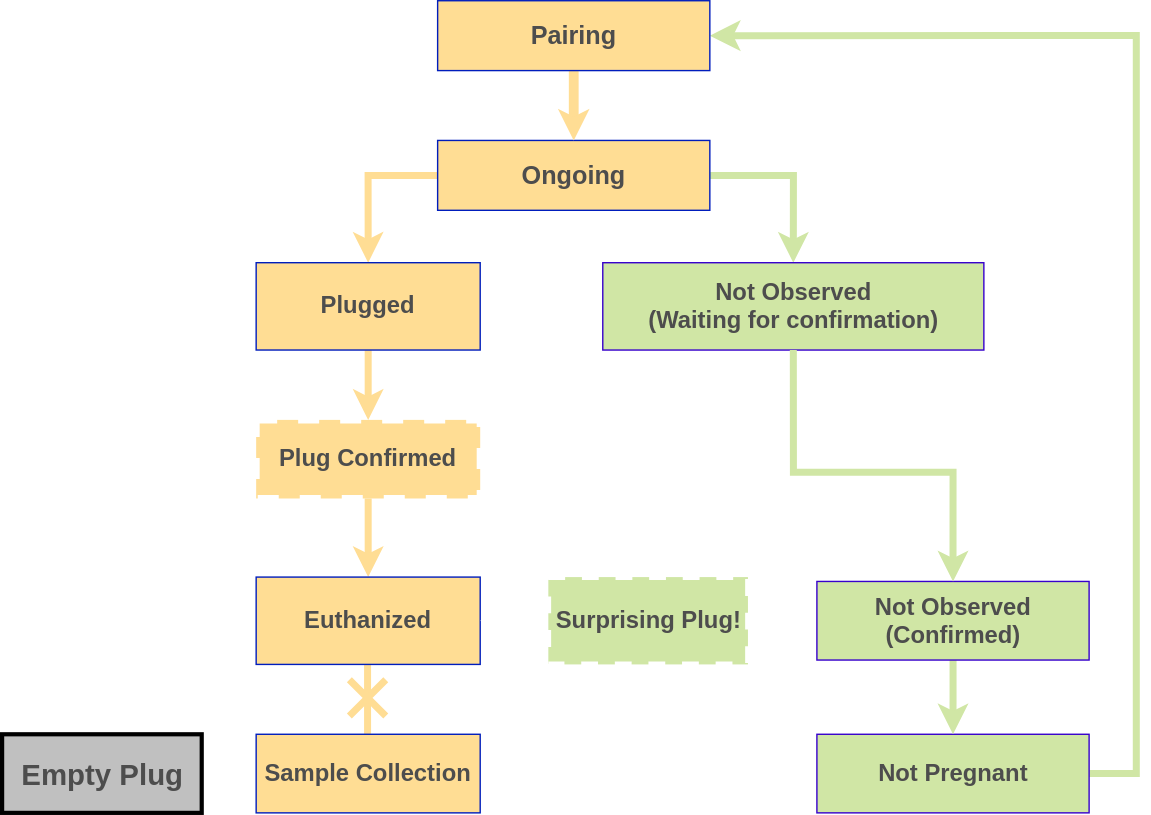
The draw.io diagram www/Plugging_status_Diagram.svg in sqianglan/MouseTracking, before a commit. Source tidied: cells renumbered, new cells last; positions are measured from the earlier drawing's top-left corner, leaving out a move shared by most shapes.
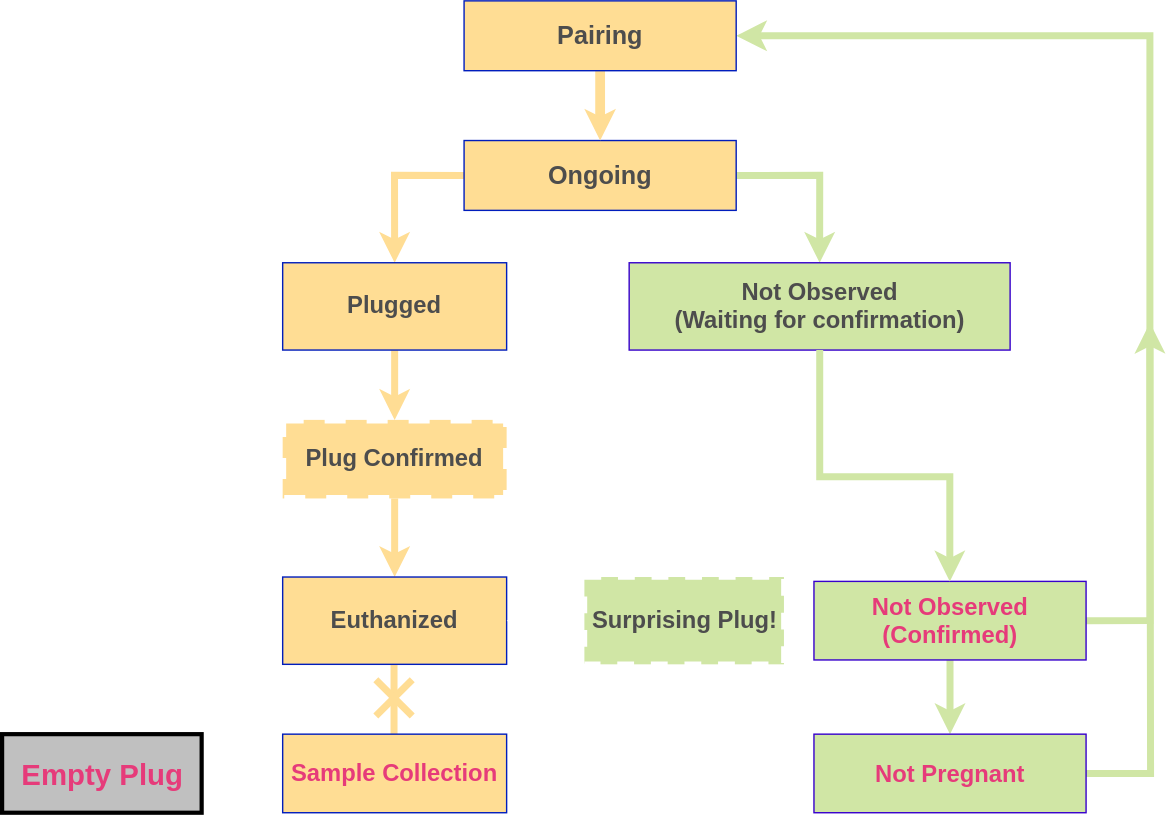
Above is the later version.

Commit message:
bug fixing. add new plugging status for Empty (Euthanized or Alive)

The edit, as a diff of the source:
```diff
@@ -14,14 +14,19 @@
     <mxCell id="5" style="edgeStyle=orthogonalEdgeStyle;rounded=0;jettySize=auto;html=1;entryX=0.5;entryY=0;entryDx=0;entryDy=0;strokeWidth=5;fillColor=#1ba1e2;strokeColor=light-dark(#FFDD94,#FFDD94);fontSize=17;" parent="1" edge="1" source="6" target="10">
       <mxGeometry relative="1" as="geometry" />
     </mxCell>
+    <mxCell id="26" style="edgeStyle=orthogonalEdgeStyle;rounded=0;jettySize=auto;html=1;dashed=1;strokeColor=light-dark(#FFFFFF,#FFFFFF);strokeWidth=5;align=center;verticalAlign=middle;fontFamily=Helvetica;fontSize=17;fontColor=default;labelBackgroundColor=default;jumpStyle=arc;jumpSize=0;startSize=7;endArrow=classic;sourcePerimeterSpacing=-4;targetPerimeterSpacing=0;fillColor=#d80073;" parent="1" edge="1" source="6">
+      <mxGeometry relative="1" as="geometry">
+        <mxPoint x="52" y="400" as="targetPoint" />
+      </mxGeometry>
+    </mxCell>
     <mxCell id="6" value="Plugged" style="rounded=0;whiteSpace=wrap;html=1;flipH=0;flipV=1;fontSize=17;fillColor=light-dark(#FFDD94,#FFDD94);fontColor=light-dark(#4D4D4D,#4D4D4D);strokeColor=#001DBC;fontStyle=1;fontFamily=Helvetica;" parent="1" vertex="1">
       <mxGeometry x="181.4" y="187.1" width="160" height="62.4" as="geometry" />
     </mxCell>
-    <mxCell id="7" style="edgeStyle=orthogonalEdgeStyle;rounded=0;jettySize=auto;html=1;fillColor=#d80073;strokeColor=light-dark(#FFFFFF,#FFFFFF);strokeWidth=5;dashed=1;startSize=7;sourcePerimeterSpacing=8;targetPerimeterSpacing=0;jumpSize=0;jumpStyle=line;entryX=0.5;entryY=0;entryDx=0;entryDy=0;fontSize=17;" parent="1" edge="1" source="8" target="22">
+    <mxCell id="7" style="edgeStyle=orthogonalEdgeStyle;rounded=0;jettySize=auto;html=1;fillColor=#d80073;strokeColor=light-dark(#FFFFFF,#FFFFFF);strokeWidth=5;dashed=1;startSize=7;sourcePerimeterSpacing=8;targetPerimeterSpacing=0;jumpSize=0;jumpStyle=line;fontSize=17;entryDx=0;entryDy=0;exitX=0.5;exitY=1;exitDx=0;exitDy=0;entryX=0.5;entryY=0;" parent="1" edge="1" source="8" target="22">
       <mxGeometry relative="1" as="geometry">
         <Array as="points">
-          <mxPoint x="565.1" y="336.8" />
-          <mxPoint x="461.4" y="336.8" />
+          <mxPoint x="565" y="340" />
+          <mxPoint x="468" y="340" />
         </Array>
       </mxGeometry>
     </mxCell>
@@ -31,30 +36,27 @@
     <mxCell id="9" style="edgeStyle=orthogonalEdgeStyle;rounded=0;jettySize=auto;html=1;entryX=0.5;entryY=0;entryDx=0;entryDy=0;strokeWidth=5;fillColor=#1ba1e2;strokeColor=light-dark(#FFDD94,#FFDD94);fontSize=17;" parent="1" edge="1" source="10" target="18">
       <mxGeometry relative="1" as="geometry" />
     </mxCell>
+    <mxCell id="27" style="edgeStyle=orthogonalEdgeStyle;rounded=0;jettySize=auto;html=1;dashed=1;strokeColor=light-dark(#FFFFFF,#FFFFFF);strokeWidth=5;align=center;verticalAlign=middle;fontFamily=Helvetica;fontSize=17;fontColor=default;labelBackgroundColor=default;jumpStyle=arc;jumpSize=0;startSize=7;endArrow=classic;sourcePerimeterSpacing=1;targetPerimeterSpacing=0;fillColor=#d80073;entryX=0.5;entryY=0;entryDx=0;entryDy=0;" parent="1" edge="1" source="10" target="20">
+      <mxGeometry relative="1" as="geometry" />
+    </mxCell>
     <mxCell id="10" value="Plug Confirmed" style="rounded=0;whiteSpace=wrap;html=1;dashed=1;fontSize=17;fillColor=light-dark(#FFDD94,#FFDD94);fontColor=light-dark(#4D4D4D,#4D4D4D);strokeColor=light-dark(#FFFFFF,#FFFFFF);strokeWidth=5;flipV=0;fontStyle=1;fontFamily=Helvetica;" parent="1" vertex="1">
       <mxGeometry x="181.4" y="299.4" width="160" height="56.1" as="geometry" />
     </mxCell>
-    <mxCell id="11" style="edgeStyle=orthogonalEdgeStyle;rounded=0;jettySize=auto;html=1;entryX=1;entryY=0.5;entryDx=0;entryDy=0;strokeColor=light-dark(#D0E6A5,#D0E6A5);strokeWidth=5;align=center;verticalAlign=middle;fontFamily=Helvetica;fontSize=17;fontColor=default;labelBackgroundColor=default;jumpStyle=arc;jumpSize=0;startSize=7;endArrow=classic;sourcePerimeterSpacing=8;targetPerimeterSpacing=0;fillColor=#6a00ff;exitX=1;exitY=0.5;exitDx=0;exitDy=0;" parent="1" edge="1" source="12" target="24">
+    <mxCell id="11" style="edgeStyle=orthogonalEdgeStyle;rounded=0;jettySize=auto;html=1;entryX=1;entryY=0.5;entryDx=0;entryDy=0;strokeColor=light-dark(#D0E6A5,#D0E6A5);strokeWidth=5;align=center;verticalAlign=middle;fontFamily=Helvetica;fontSize=17;fontColor=default;labelBackgroundColor=default;jumpStyle=arc;jumpSize=0;startSize=7;endArrow=classic;sourcePerimeterSpacing=8;targetPerimeterSpacing=0;fillColor=#6a00ff;exitX=1;exitY=0.5;exitDx=0;exitDy=0;" parent="1" edge="1" source="15" target="24">
       <mxGeometry relative="1" as="geometry">
         <Array as="points">
-          <mxPoint x="810" y="552.6" />
-          <mxPoint x="810" y="24.9" />
+          <mxPoint x="801" y="443" />
+          <mxPoint x="801" y="25" />
         </Array>
       </mxGeometry>
     </mxCell>
-    <mxCell id="12" value="&lt;span style=&quot;&quot;&gt;Not Pregnant&lt;/span&gt;" style="rounded=0;whiteSpace=wrap;html=1;fontSize=17;fillColor=light-dark(#D0E6A5,#D0E6A5);fontColor=light-dark(#4D4D4D,#4D4D4D);strokeColor=#3700CC;fillStyle=solid;flipV=0;fontStyle=1;fontFamily=Helvetica;" parent="1" vertex="1">
-      <mxGeometry x="581.9" y="523.9" width="194.4" height="56.1" as="geometry" />
-    </mxCell>
-    <mxCell id="13" style="edgeStyle=orthogonalEdgeStyle;rounded=0;jettySize=auto;html=1;entryX=1;entryY=0.5;entryDx=0;entryDy=0;fontSize=17;strokeWidth=5;dashed=1;strokeColor=light-dark(#FFFFFF,#FFFFFF);align=center;verticalAlign=middle;fontFamily=Helvetica;fontColor=default;labelBackgroundColor=default;jumpStyle=arc;jumpSize=0;startSize=7;endArrow=classic;sourcePerimeterSpacing=8;targetPerimeterSpacing=0;fillColor=#d80073;" parent="1" edge="1" source="15" target="22">
-      <mxGeometry relative="1" as="geometry" />
-    </mxCell>
-    <mxCell id="14" style="edgeStyle=orthogonalEdgeStyle;rounded=0;jettySize=auto;html=1;entryX=0.5;entryY=0;entryDx=0;entryDy=0;strokeWidth=5;fillColor=#d80073;strokeColor=light-dark(#D0E6A5,#D0E6A5);fontSize=17;" parent="1" edge="1" source="15" target="12">
+    <mxCell id="14" style="edgeStyle=orthogonalEdgeStyle;rounded=0;jettySize=auto;html=1;entryX=0.5;entryY=0;entryDx=0;entryDy=0;strokeColor=light-dark(#D0E6A5,#D0E6A5);strokeWidth=5;align=center;verticalAlign=middle;fontFamily=Helvetica;fontSize=17;fontColor=default;labelBackgroundColor=default;endArrow=classic;fillColor=#d80073;" parent="1" edge="1" source="15" target="12">
       <mxGeometry relative="1" as="geometry" />
     </mxCell>
-    <mxCell id="15" value="&lt;p class=&quot;p1&quot; style=&quot;margin: 0px; font-width: normal; line-height: normal; font-size-adjust: none; font-kerning: auto; font-variant-alternates: normal; font-variant-ligatures: normal; font-variant-numeric: normal; font-variant-east-asian: normal; font-variant-position: normal; font-feature-settings: normal; font-optical-sizing: auto; font-variation-settings: normal;&quot;&gt;&lt;span style=&quot;&quot;&gt;Not Observed&lt;/span&gt;&lt;/p&gt;&lt;p class=&quot;p1&quot; style=&quot;margin: 0px; font-width: normal; line-height: normal; font-size-adjust: none; font-kerning: auto; font-variant-alternates: normal; font-variant-ligatures: normal; font-variant-numeric: normal; font-variant-east-asian: normal; font-variant-position: normal; font-feature-settings: normal; font-optical-sizing: auto; font-variation-settings: normal;&quot;&gt;&lt;span style=&quot;&quot;&gt;(Confirmed)&lt;/span&gt;&lt;/p&gt;" style="rounded=0;whiteSpace=wrap;html=1;align=center;fontSize=17;fillColor=light-dark(#D0E6A5,#D0E6A5);fontColor=light-dark(#4D4D4D,#4D4D4D);strokeColor=#3700CC;fillStyle=solid;flipV=0;fontStyle=1;fontFamily=Helvetica;" parent="1" vertex="1">
-      <mxGeometry x="581.9" y="414.7" width="194.4" height="56.1" as="geometry" />
+    <mxCell id="15" value="&lt;p style=&quot;margin: 0px; font-width: normal; line-height: normal; font-size-adjust: none; font-kerning: auto; font-variant-alternates: normal; font-variant-ligatures: normal; font-variant-numeric: normal; font-variant-east-asian: normal; font-variant-position: normal; font-feature-settings: normal; font-optical-sizing: auto; font-variation-settings: normal;&quot; class=&quot;p1&quot;&gt;&lt;span style=&quot;&quot;&gt;Not Observed&lt;/span&gt;&lt;/p&gt;&lt;p style=&quot;margin: 0px; font-width: normal; line-height: normal; font-size-adjust: none; font-kerning: auto; font-variant-alternates: normal; font-variant-ligatures: normal; font-variant-numeric: normal; font-variant-east-asian: normal; font-variant-position: normal; font-feature-settings: normal; font-optical-sizing: auto; font-variation-settings: normal;&quot; class=&quot;p1&quot;&gt;&lt;span style=&quot;&quot;&gt;(Confirmed)&lt;/span&gt;&lt;/p&gt;" style="rounded=0;whiteSpace=wrap;html=1;align=center;fontSize=17;fillColor=light-dark(#D0E6A5,#D0E6A5);fontColor=light-dark(#E63B7A,#E63B7A);strokeColor=#3700CC;fillStyle=solid;flipV=0;fontStyle=1;fontFamily=Helvetica;" parent="1" vertex="1">
+      <mxGeometry x="561" y="414.7" width="194.4" height="56.1" as="geometry" />
     </mxCell>
-    <mxCell id="16" style="edgeStyle=orthogonalEdgeStyle;rounded=0;jettySize=auto;html=1;entryX=0.5;entryY=0;entryDx=0;entryDy=0;strokeWidth=5;fontSize=17;dashed=1;endArrow=cross;endFill=0;jumpStyle=arc;strokeColor=light-dark(#FFFFFF,#FFFFFF);align=center;verticalAlign=middle;fontFamily=Helvetica;fontColor=default;labelBackgroundColor=default;jumpSize=0;startSize=7;sourcePerimeterSpacing=8;targetPerimeterSpacing=0;fillColor=#d80073;endSize=20;" parent="1" edge="1" source="18" target="20">
+    <mxCell id="16" style="edgeStyle=orthogonalEdgeStyle;rounded=0;jettySize=auto;html=1;entryX=1;entryY=0.5;entryDx=0;entryDy=0;strokeWidth=5;fontSize=17;dashed=1;endArrow=cross;endFill=0;jumpStyle=arc;strokeColor=light-dark(#FFFFFF,#FFFFFF);align=center;verticalAlign=middle;fontFamily=Helvetica;fontColor=default;labelBackgroundColor=default;jumpSize=3;startSize=7;sourcePerimeterSpacing=-30;targetPerimeterSpacing=0;fillColor=#d80073;endSize=20;startArrow=none;startFill=0;" parent="1" edge="1" source="18" target="20">
       <mxGeometry relative="1" as="geometry" />
     </mxCell>
     <mxCell id="17" style="edgeStyle=orthogonalEdgeStyle;rounded=0;jettySize=auto;html=1;entryX=0.5;entryY=0;entryDx=0;entryDy=0;strokeWidth=5;fillColor=#1ba1e2;strokeColor=light-dark(#FFDD94,#FFDD94);fontSize=17;endArrow=cross;endFill=0;jumpStyle=sharp;endSize=20;" parent="1" edge="1" target="19">
@@ -68,17 +70,17 @@
     <mxCell id="18" value="&lt;font&gt;Euthanized&lt;/font&gt;" style="rounded=0;whiteSpace=wrap;html=1;fontSize=17;fillColor=light-dark(#FFDD94,#FFDD94);fontColor=light-dark(#4D4D4D,#4D4D4D);strokeColor=#001DBC;fontStyle=1;fontFamily=Helvetica;" parent="1" vertex="1">
       <mxGeometry x="181.4" y="411.6" width="160" height="62.4" as="geometry" />
     </mxCell>
-    <mxCell id="19" value="&lt;font&gt;Sample Collection&lt;/font&gt;" style="rounded=0;whiteSpace=wrap;html=1;fontSize=17;fillColor=light-dark(#FFDD94,#FFDD94);fontColor=light-dark(#4D4D4D,#4D4D4D);strokeColor=#001DBC;fontStyle=1;fontFamily=Helvetica;" parent="1" vertex="1">
+    <mxCell id="19" value="&lt;font&gt;Sample Collection&lt;/font&gt;" style="rounded=0;whiteSpace=wrap;html=1;fontSize=17;fillColor=light-dark(#FFDD94,#FFDD94);fontColor=light-dark(#E63B7A,#E63B7A);strokeColor=#001DBC;fontStyle=1;fontFamily=Helvetica;" parent="1" vertex="1">
       <mxGeometry x="181.4" y="523.9" width="160" height="56.1" as="geometry" />
     </mxCell>
-    <mxCell id="20" value="&lt;font style=&quot;font-size: 21px;&quot;&gt;Empty Plug&lt;/font&gt;" style="rounded=0;whiteSpace=wrap;html=1;fontSize=17;fontStyle=1;fillColor=light-dark(#C0C0C0,transparent);strokeWidth=3;strokeColor=light-dark(#000000,#000000);fontColor=light-dark(#4D4D4D,#4D4D4D);fillStyle=solid;fontFamily=Helvetica;" parent="1" vertex="1">
-      <mxGeometry y="523.9" width="142.6" height="56.1" as="geometry" />
+    <mxCell id="20" value="&lt;font style=&quot;font-size: 21px; color: light-dark(rgb(230, 59, 122), rgb(230, 59, 122));&quot;&gt;Empty Plug&lt;/font&gt;" style="rounded=0;whiteSpace=wrap;html=1;fontSize=17;fontStyle=1;fillColor=light-dark(#C0C0C0,transparent);strokeWidth=3;strokeColor=light-dark(#000000,#000000);fontColor=light-dark(#4D4D4D,#4D4D4D);fillStyle=solid;fontFamily=Helvetica;" parent="1" vertex="1">
+      <mxGeometry x="-19" y="523.9" width="142.6" height="56.1" as="geometry" />
     </mxCell>
     <mxCell id="21" style="edgeStyle=orthogonalEdgeStyle;rounded=0;jettySize=auto;html=1;entryX=1;entryY=0.5;entryDx=0;entryDy=0;fontSize=17;dashed=1;strokeColor=light-dark(#FFFFFF,#FFFFFF);strokeWidth=5;align=center;verticalAlign=middle;fontFamily=Helvetica;fontColor=default;labelBackgroundColor=default;jumpStyle=arc;jumpSize=0;startSize=7;endArrow=classic;sourcePerimeterSpacing=8;targetPerimeterSpacing=0;fillColor=#d80073;" parent="1" edge="1" source="22" target="18">
       <mxGeometry relative="1" as="geometry" />
     </mxCell>
     <mxCell id="22" value="Surprising Plug!" style="rounded=0;whiteSpace=wrap;html=1;fontSize=17;fillColor=light-dark(#D0E6A5,#D0E6A5);fontColor=light-dark(#4D4D4D,#4D4D4D);strokeColor=light-dark(#FFFFFF,#FFFFFF);strokeWidth=4;dashed=1;fontStyle=1;fontFamily=Helvetica;" parent="1" vertex="1">
-      <mxGeometry x="390.1" y="411.6" width="142.6" height="62.4" as="geometry" />
+      <mxGeometry x="397" y="411.6" width="142.6" height="62.4" as="geometry" />
     </mxCell>
     <mxCell id="23" style="edgeStyle=orthogonalEdgeStyle;rounded=0;jettySize=auto;html=1;entryX=0.5;entryY=0;entryDx=0;entryDy=0;strokeWidth=7;endSize=0;fontSize=17;strokeColor=light-dark(#FFDD94,#FFDD94);" parent="1" edge="1" source="24" target="4">
       <mxGeometry relative="1" as="geometry" />
@@ -86,13 +88,21 @@
     <mxCell id="24" value="&lt;font&gt;&lt;span style=&quot;&quot;&gt;Pairing&lt;/span&gt;&lt;/font&gt;" style="rounded=0;whiteSpace=wrap;html=1;fillColor=light-dark(#FFDD94,#FFDD94);fontColor=light-dark(#4D4D4D,#4D4D4D);strokeColor=#001DBC;fontSize=18;flipV=0;fontStyle=1;fontFamily=Helvetica;" parent="1" vertex="1">
       <mxGeometry x="311" width="194.4" height="49.9" as="geometry" />
     </mxCell>
-    <mxCell id="25" style="edgeStyle=orthogonalEdgeStyle;rounded=0;jettySize=auto;html=1;strokeWidth=5;fillColor=#d80073;strokeColor=light-dark(#D0E6A5,#D0E6A5);fontSize=17;exitX=0.5;exitY=1;exitDx=0;exitDy=0;entryX=0.5;entryY=0;entryDx=0;entryDy=0;" parent="1" edge="1" source="8" target="15">
+    <mxCell id="25" style="edgeStyle=orthogonalEdgeStyle;rounded=0;jettySize=auto;html=1;strokeWidth=5;fillColor=#d80073;strokeColor=light-dark(#D0E6A5,#D0E6A5);fontSize=17;exitDx=0;exitDy=0;entryDx=0;entryDy=0;" parent="1" edge="1" source="8" target="15">
       <mxGeometry relative="1" as="geometry">
         <Array as="points">
-          <mxPoint x="565.1" y="336.8" />
-          <mxPoint x="679.1" y="336.8" />
+          <mxPoint x="565" y="340" />
+          <mxPoint x="658" y="340" />
         </Array>
       </mxGeometry>
     </mxCell>
+    <mxCell id="28" style="edgeStyle=orthogonalEdgeStyle;rounded=0;jettySize=auto;html=1;strokeColor=light-dark(#D0E6A5,#D0E6A5);strokeWidth=5;align=center;verticalAlign=middle;fontFamily=Helvetica;fontSize=17;fontColor=default;labelBackgroundColor=default;jumpStyle=arc;jumpSize=0;startSize=7;endArrow=classic;sourcePerimeterSpacing=8;targetPerimeterSpacing=0;fillColor=#6a00ff;exitX=1;exitY=0.5;exitDx=0;exitDy=0;" parent="1" edge="1" source="12">
+      <mxGeometry relative="1" as="geometry">
+        <mxPoint x="801" y="230" as="targetPoint" />
+      </mxGeometry>
+    </mxCell>
+    <mxCell id="12" value="&lt;p class=&quot;p1&quot; style=&quot;margin: 0px; font-width: normal; line-height: normal; font-size-adjust: none; font-kerning: auto; font-variant-alternates: normal; font-variant-ligatures: normal; font-variant-numeric: normal; font-variant-east-asian: normal; font-variant-position: normal; font-feature-settings: normal; font-optical-sizing: auto; font-variation-settings: normal;&quot;&gt;&lt;font&gt;&lt;span style=&quot;caret-color: rgb(255, 116, 170);&quot;&gt;Not Pregnant&lt;/span&gt;&lt;/font&gt;&lt;/p&gt;" style="rounded=0;whiteSpace=wrap;html=1;align=center;fontSize=17;fillColor=light-dark(#D0E6A5,#D0E6A5);fontColor=light-dark(#E63B7A,#E63B7A);strokeColor=#3700CC;fillStyle=solid;flipV=0;fontStyle=1;fontFamily=Helvetica;verticalAlign=middle;" parent="1" vertex="1">
+      <mxGeometry x="561" y="523.9" width="194.4" height="56.1" as="geometry" />
+    </mxCell>
   </root>
 </mxGraphModel>
```
